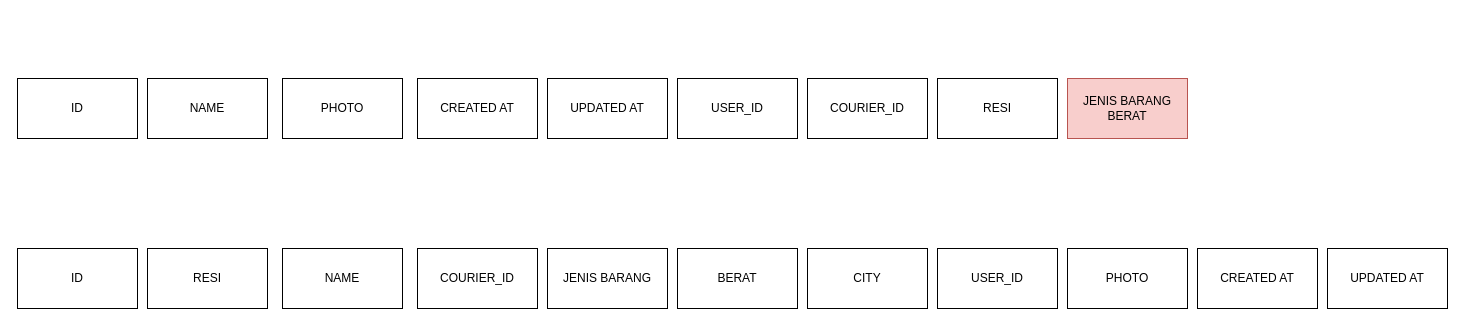
Before: page "DROPSHIP DATABASE" (1 of 3) of TLX New Sistem.drawio in kucingtampan007/draw-io, a draw.io diagram. Source tidied: cells renumbered, new cells numbered last; positions are measured from the earlier drawing's top-left corner, leaving out a move shared by most shapes. Both pictures are drawn from the tidied source at 100%, with x=0, y=0 at pixel (17, 78).
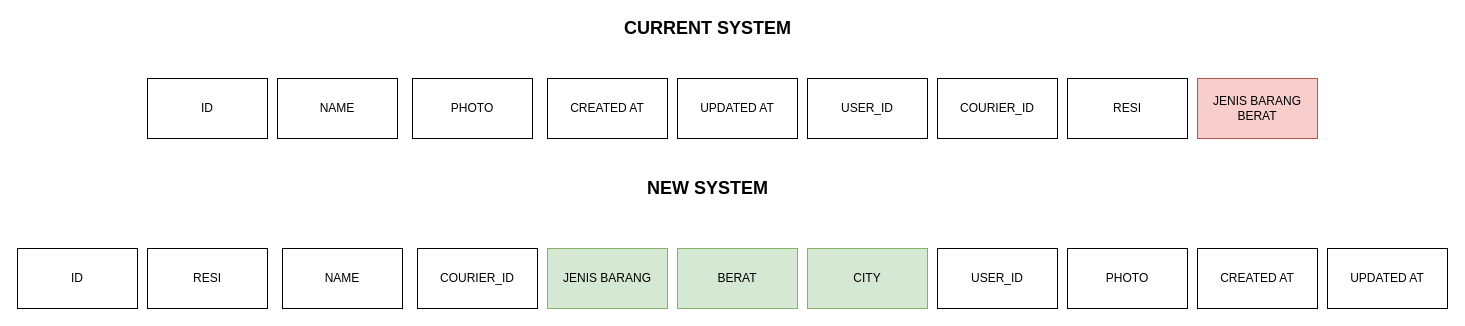
The same diagram, later.

Change to the diagram source:
```diff
@@
     <mxCell id="2" value="ID" style="rounded=0;whiteSpace=wrap;html=1;" parent="1" vertex="1">
-      <mxGeometry width="120" height="60" as="geometry" />
+      <mxGeometry x="130" width="120" height="60" as="geometry" />
     </mxCell>
     <mxCell id="3" value="JENIS BARANG BERAT" style="rounded=0;whiteSpace=wrap;html=1;fillColor=#f8cecc;strokeColor=#b85450;" parent="1" vertex="1">
-      <mxGeometry x="1050" width="120" height="60" as="geometry" />
+      <mxGeometry x="1180" width="120" height="60" as="geometry" />
     </mxCell>
     <mxCell id="4" value="RESI" style="rounded=0;whiteSpace=wrap;html=1;" parent="1" vertex="1">
-      <mxGeometry x="920" width="120" height="60" as="geometry" />
+      <mxGeometry x="1050" width="120" height="60" as="geometry" />
     </mxCell>
     <mxCell id="5" value="USER_ID" style="rounded=0;whiteSpace=wrap;html=1;" parent="1" vertex="1">
-      <mxGeometry x="660" width="120" height="60" as="geometry" />
+      <mxGeometry x="790" width="120" height="60" as="geometry" />
     </mxCell>
     <mxCell id="6" value="UPDATED AT" style="rounded=0;whiteSpace=wrap;html=1;" parent="1" vertex="1">
-      <mxGeometry x="530" width="120" height="60" as="geometry" />
+      <mxGeometry x="660" width="120" height="60" as="geometry" />
     </mxCell>
     <mxCell id="7" value="CREATED AT" style="rounded=0;whiteSpace=wrap;html=1;" parent="1" vertex="1">
-      <mxGeometry x="400" width="120" height="60" as="geometry" />
+      <mxGeometry x="530" width="120" height="60" as="geometry" />
     </mxCell>
     <mxCell id="8" value="PHOTO" style="rounded=0;whiteSpace=wrap;html=1;" parent="1" vertex="1">
-      <mxGeometry x="265" width="120" height="60" as="geometry" />
+      <mxGeometry x="395" width="120" height="60" as="geometry" />
     </mxCell>
     <mxCell id="9" value="NAME" style="rounded=0;whiteSpace=wrap;html=1;" parent="1" vertex="1">
-      <mxGeometry x="130" width="120" height="60" as="geometry" />
+      <mxGeometry x="260" width="120" height="60" as="geometry" />
     </mxCell>
     <mxCell id="10" value="COURIER_ID" style="rounded=0;whiteSpace=wrap;html=1;" parent="1" vertex="1">
-      <mxGeometry x="790" width="120" height="60" as="geometry" />
+      <mxGeometry x="920" width="120" height="60" as="geometry" />
     </mxCell>
@@
-    <mxCell id="16" value="CITY" style="rounded=0;whiteSpace=wrap;html=1;" parent="1" vertex="1">
+    <mxCell id="16" value="CITY" style="rounded=0;whiteSpace=wrap;html=1;fillColor=#d5e8d4;strokeColor=#82b366;" parent="1" vertex="1">
       <mxGeometry x="790" y="170" width="120" height="60" as="geometry" />
     </mxCell>
-    <mxCell id="17" value="BERAT" style="rounded=0;whiteSpace=wrap;html=1;" parent="1" vertex="1">
+    <mxCell id="17" value="BERAT" style="rounded=0;whiteSpace=wrap;html=1;fillColor=#d5e8d4;strokeColor=#82b366;" parent="1" vertex="1">
       <mxGeometry x="660" y="170" width="120" height="60" as="geometry" />
     </mxCell>
-    <mxCell id="18" value="JENIS BARANG" style="rounded=0;whiteSpace=wrap;html=1;" parent="1" vertex="1">
+    <mxCell id="18" value="JENIS BARANG" style="rounded=0;whiteSpace=wrap;html=1;fillColor=#d5e8d4;strokeColor=#82b366;" parent="1" vertex="1">
       <mxGeometry x="530" y="170" width="120" height="60" as="geometry" />
     </mxCell>
@@
+    <mxCell id="22" value="&lt;b&gt;&lt;font style=&quot;font-size: 18px&quot;&gt;CURRENT SYSTEM&lt;/font&gt;&lt;/b&gt;" style="text;html=1;align=center;verticalAlign=middle;strokeColor=none;" parent="1" vertex="1">
+      <mxGeometry x="585" y="-60" width="210" height="20" as="geometry" />
+    </mxCell>
+    <mxCell id="23" value="&lt;b&gt;&lt;font style=&quot;font-size: 18px&quot;&gt;NEW SYSTEM&lt;/font&gt;&lt;/b&gt;" style="text;html=1;align=center;verticalAlign=middle;strokeColor=none;" parent="1" vertex="1">
+      <mxGeometry x="610" y="100" width="160" height="20" as="geometry" />
+    </mxCell>
```
